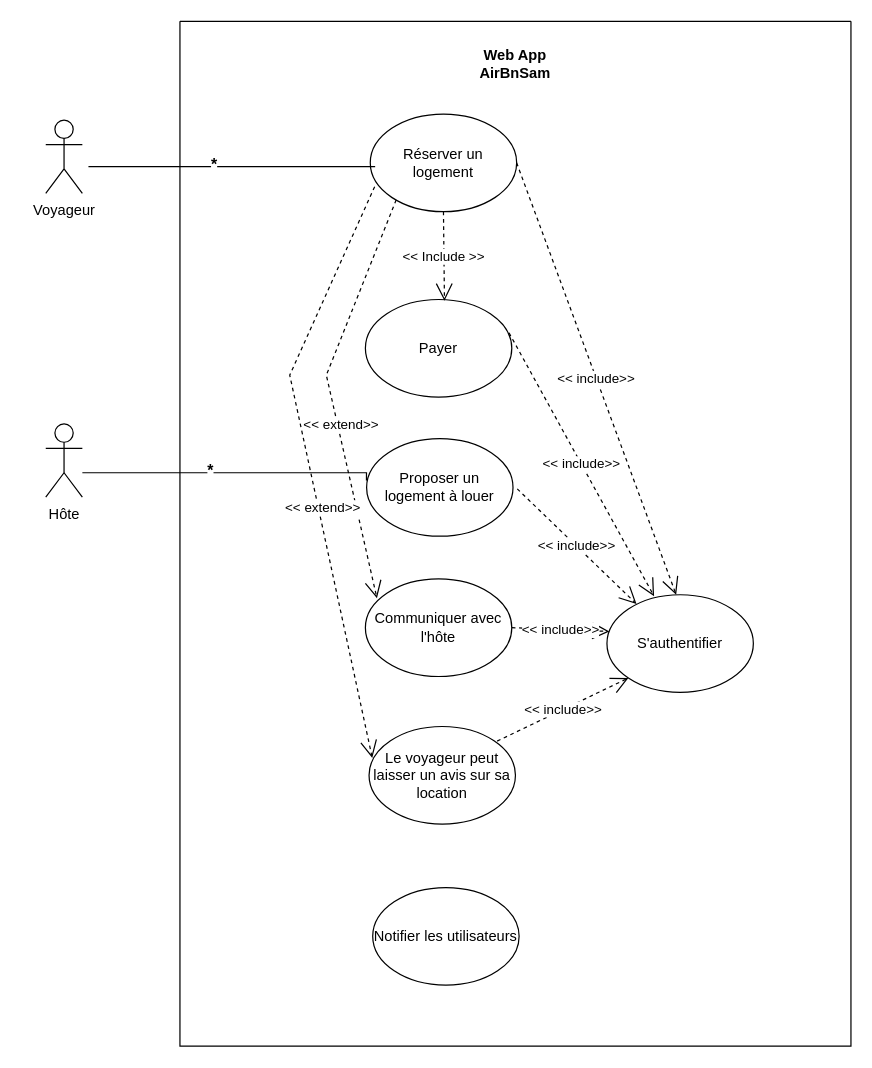
SamS-G/airBnSam keeps this draw.io diagram as Diagramme sans nom.drawio. Above is the earlier version. Source tidied: cells renumbered, new cells numbered last; positions are measured from the earlier drawing's top-left corner, leaving out a move shared by most shapes. Both pictures are drawn from the tidied source at 122%, with x=0, y=0 at pixel (45, 21).
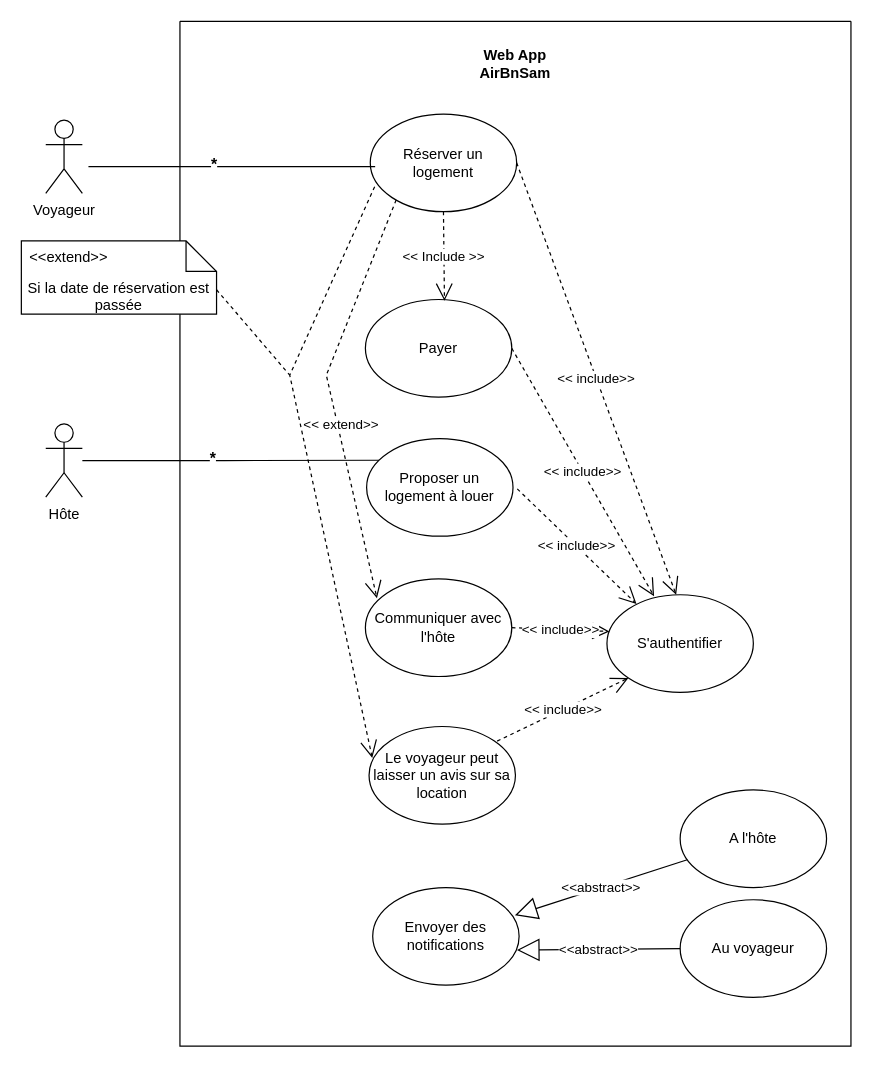
Above is the later version.

The change refers to these unchanged cells:
```xml
<mxCell id="3" value="Hôte&lt;div&gt;&lt;br&gt;&lt;/div&gt;" style="shape=umlActor;verticalLabelPosition=bottom;verticalAlign=top;html=1;outlineConnect=0;" parent="1" vertex="1">
  <mxGeometry y="330" width="30" height="60" as="geometry" />
</mxCell>
<mxCell id="4" style="swimlane;startSize=0;" parent="1" vertex="1">
  <mxGeometry x="110" width="550" height="840" as="geometry" />
</mxCell>
<mxCell id="5" value="Réserver un logement" style="ellipse;whiteSpace=wrap;html=1;" parent="4" vertex="1">
  <mxGeometry x="156" y="76" width="120" height="80" as="geometry" />
</mxCell>
<mxCell id="6" value="Payer" style="ellipse;whiteSpace=wrap;html=1;" parent="4" vertex="1">
  <mxGeometry x="152" y="228" width="120" height="80" as="geometry" />
</mxCell>
<mxCell id="7" value="Proposer un logement à louer" style="ellipse;whiteSpace=wrap;html=1;" parent="4" vertex="1">
  <mxGeometry x="153" y="342" width="120" height="80" as="geometry" />
</mxCell>
<mxCell id="9" value="Le voyageur peut laisser un avis sur sa location" style="ellipse;whiteSpace=wrap;html=1;" parent="4" vertex="1">
  <mxGeometry x="155" y="578" width="120" height="80" as="geometry" />
</mxCell>
<mxCell id="13" value="S'authentifier" style="ellipse;whiteSpace=wrap;html=1;" parent="4" vertex="1">
  <mxGeometry x="350" y="470" width="120" height="80" as="geometry" />
</mxCell>
```

Change to the diagram source:
```diff
@@
-    <mxCell id="8" value="Notifier les utilisateurs" style="ellipse;whiteSpace=wrap;html=1;" parent="4" vertex="1">
+    <mxCell id="8" value="Envoyer des notifications" style="ellipse;whiteSpace=wrap;html=1;" parent="4" vertex="1">
       <mxGeometry x="158" y="710" width="120" height="80" as="geometry" />
     </mxCell>
@@
-    <mxCell id="15" value="&amp;lt;&amp;lt; include&amp;gt;&amp;gt;" style="endArrow=open;endSize=12;dashed=1;html=1;rounded=0;exitX=0.981;exitY=0.341;exitDx=0;exitDy=0;entryX=0.322;entryY=0.015;entryDx=0;entryDy=0;entryPerimeter=0;exitPerimeter=0;" parent="4" edge="1" source="6" target="13">
+    <mxCell id="15" value="&amp;lt;&amp;lt; include&amp;gt;&amp;gt;" style="endArrow=open;endSize=12;dashed=1;html=1;rounded=0;exitX=1;exitY=0.5;exitDx=0;exitDy=0;entryX=0.322;entryY=0.015;entryDx=0;entryDy=0;entryPerimeter=0;" parent="4" edge="1" source="6" target="13">
       <mxGeometry relative="1" as="geometry" />
     </mxCell>
@@
-    <mxCell id="20" value="&amp;lt;&amp;lt; extend&amp;gt;&amp;gt;" style="endArrow=open;endSize=12;dashed=1;html=1;rounded=0;exitX=0.03;exitY=0.744;exitDx=0;exitDy=0;entryX=0.022;entryY=0.322;entryDx=0;entryDy=0;entryPerimeter=0;exitPerimeter=0;" parent="4" edge="1" source="5" target="9">
+    <mxCell id="20" style="endArrow=open;endSize=12;dashed=1;html=1;rounded=0;exitX=0.03;exitY=0.744;exitDx=0;exitDy=0;entryX=0.022;entryY=0.322;entryDx=0;entryDy=0;entryPerimeter=0;exitPerimeter=0;" parent="4" edge="1" source="5" target="9">
       <mxGeometry x="0.15" y="3" relative="1" as="geometry">
         <Array as="points">
           <mxPoint x="90" y="290" />
         </Array>
       </mxGeometry>
     </mxCell>
+    <mxCell id="25" style="endArrow=none;dashed=1;html=1;rounded=0;" parent="4" edge="1">
+      <mxGeometry relative="1" as="geometry">
+        <mxPoint x="30" y="220" as="sourcePoint" />
+        <mxPoint x="90" y="290" as="targetPoint" />
+      </mxGeometry>
+    </mxCell>
+    <mxCell id="26" value="A l'hôte" style="ellipse;whiteSpace=wrap;html=1;" parent="4" vertex="1">
+      <mxGeometry x="410" y="630" width="120" height="80" as="geometry" />
+    </mxCell>
+    <mxCell id="27" value="Au voyageur" style="ellipse;whiteSpace=wrap;html=1;" parent="4" vertex="1">
+      <mxGeometry x="410" y="720" width="120" height="80" as="geometry" />
+    </mxCell>
+    <mxCell id="28" value="&amp;lt;&amp;lt;abstract&amp;gt;&amp;gt;" style="endArrow=block;endSize=16;endFill=0;html=1;rounded=0;entryX=0.971;entryY=0.285;entryDx=0;entryDy=0;entryPerimeter=0;" parent="4" edge="1" source="26" target="8">
+      <mxGeometry relative="1" as="geometry" />
+    </mxCell>
+    <mxCell id="29" value="&amp;lt;&amp;lt;abstract&amp;gt;&amp;gt;" style="endArrow=block;endSize=16;endFill=0;html=1;rounded=0;entryX=0.985;entryY=0.64;entryDx=0;entryDy=0;exitX=0;exitY=0.5;exitDx=0;exitDy=0;entryPerimeter=0;" parent="4" edge="1" source="27" target="8">
+      <mxGeometry relative="1" as="geometry" />
+    </mxCell>
@@
-    <mxCell id="23" style="endArrow=none;html=1;edgeStyle=orthogonalEdgeStyle;rounded=0;entryX=-0.001;entryY=0.429;entryDx=0;entryDy=0;entryPerimeter=0;" parent="1" edge="1" source="3" target="7">
-      <mxGeometry relative="1" as="geometry">
-        <Array as="points">
-          <mxPoint x="150" y="370" />
-          <mxPoint x="150" y="370" />
-        </Array>
-      </mxGeometry>
+    <mxCell id="23" style="endArrow=none;html=1;edgeStyle=orthogonalEdgeStyle;rounded=0;entryX=0.084;entryY=0.222;entryDx=0;entryDy=0;entryPerimeter=0;" parent="1" edge="1" source="3" target="7">
+      <mxGeometry relative="1" as="geometry" />
     </mxCell>
@@
+    <mxCell id="30" value="Si la date de réservation est passée" style="shape=note2;boundedLbl=1;whiteSpace=wrap;html=1;size=25;verticalAlign=top;align=center;" parent="1" vertex="1">
+      <mxGeometry x="-20" y="180" width="160" height="60" as="geometry" />
+    </mxCell>
+    <mxCell id="31" value="&lt;&lt;extend&gt;&gt;" style="strokeColor=none;fillColor=none;align=left;spacingLeft=5;" parent="30" vertex="1">
+      <mxGeometry width="160" height="25" relative="1" as="geometry" />
+    </mxCell>
```
